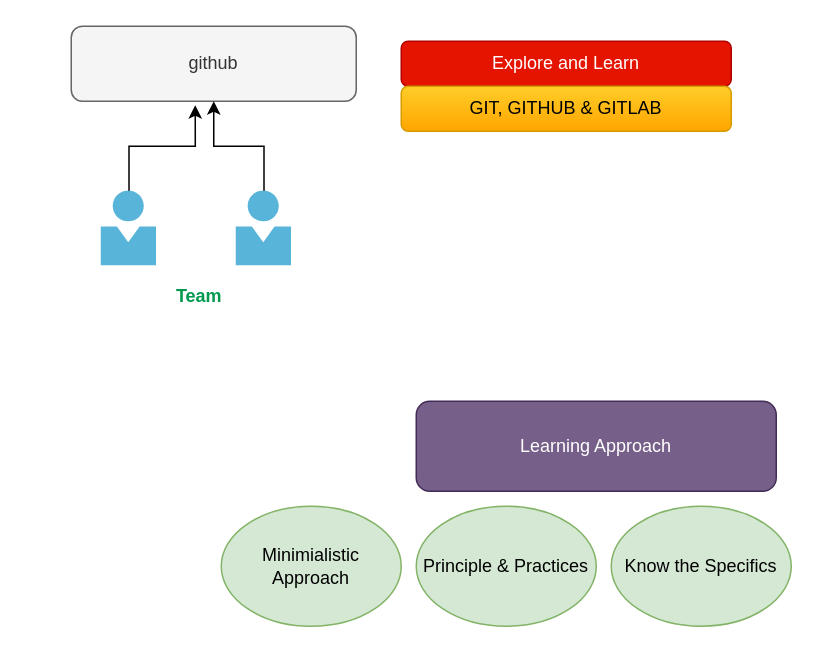
ujjawal09/spring-github keeps this draw.io diagram as page "Learning Methodology" (2 of 3) of getting started.drawio. Above is the earlier version. Source tidied: cells renumbered, new cells numbered last; positions are measured from the earlier drawing's top-left corner, leaving out a move shared by most shapes. Both pictures are drawn from the tidied source at 150%, with x=0, y=0 at pixel (70, 26).
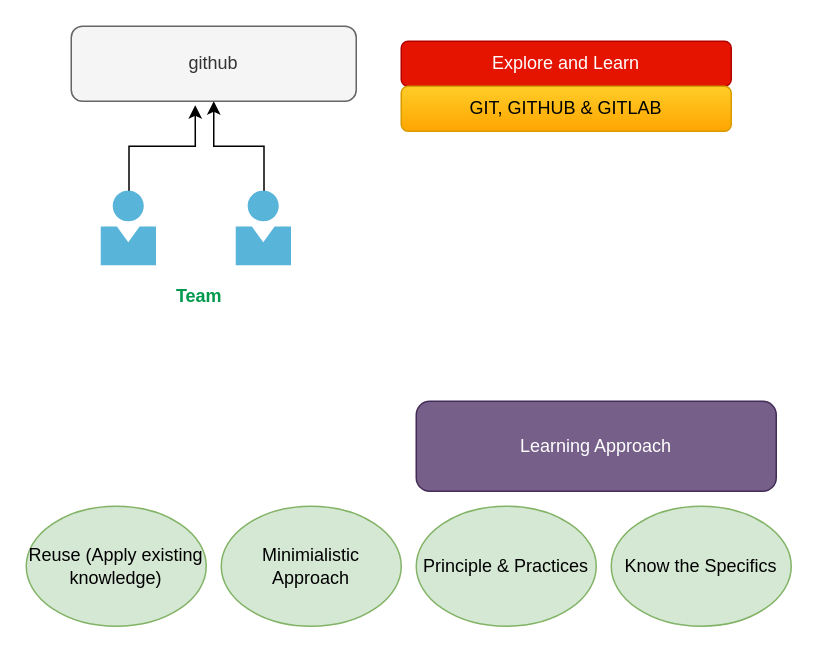
The same diagram, later.

Diff of the diagram source:
```diff
@@
 <mxGraphModel>
   <root>
     <mxCell id="0" />
     <mxCell id="1" parent="0" />
     <mxCell id="2" value="github" style="rounded=1;whiteSpace=wrap;html=1;fillColor=#f5f5f5;strokeColor=#666666;fontColor=#333333;" parent="1" vertex="1">
       <mxGeometry width="190" height="50" as="geometry" />
     </mxCell>
     <mxCell id="3" value="Team" style="text;html=1;align=center;verticalAlign=middle;fontStyle=1;fontColor=#00994D;" parent="1" vertex="1">
       <mxGeometry x="60" y="170" width="50" height="20" as="geometry" />
     </mxCell>
     <mxCell id="4" style="edgeStyle=orthogonalEdgeStyle;rounded=0;jettySize=auto;html=1;entryX=0.435;entryY=1.053;entryDx=0;entryDy=0;entryPerimeter=0;" parent="1" edge="1" source="5" target="2">
       <mxGeometry relative="1" as="geometry" />
     </mxCell>
     <mxCell id="5" style="html=1;points=[];align=center;image;fontSize=12;image=img/lib/mscae/Person.svg;" parent="1" vertex="1">
       <mxGeometry x="20" y="110" width="37" height="50" as="geometry" />
     </mxCell>
     <mxCell id="6" style="edgeStyle=orthogonalEdgeStyle;rounded=0;jettySize=auto;html=1;entryX=0.5;entryY=1;entryDx=0;entryDy=0;" parent="1" edge="1" source="7" target="2">
       <mxGeometry relative="1" as="geometry" />
     </mxCell>
     <mxCell id="7" style="html=1;points=[];align=center;image;fontSize=12;image=img/lib/mscae/Person.svg;" parent="1" vertex="1">
       <mxGeometry x="110" y="110" width="37" height="50" as="geometry" />
     </mxCell>
     <mxCell id="8" value="Explore and Learn" style="rounded=1;whiteSpace=wrap;html=1;fillColor=#e51400;strokeColor=#B20000;fontColor=#ffffff;" parent="1" vertex="1">
       <mxGeometry x="220" y="10" width="220" height="30" as="geometry" />
     </mxCell>
     <mxCell id="9" value="GIT, GITHUB &amp;amp; GITLAB" style="rounded=1;whiteSpace=wrap;html=1;fillColor=#ffcd28;strokeColor=#d79b00;gradientColor=#ffa500;" parent="1" vertex="1">
       <mxGeometry x="220" y="40" width="220" height="30" as="geometry" />
     </mxCell>
     <mxCell id="10" value="Learning Approach" style="rounded=1;whiteSpace=wrap;html=1;fillColor=#76608a;strokeColor=#432D57;fontColor=#ffffff;" parent="1" vertex="1">
       <mxGeometry x="230" y="250" width="240" height="60" as="geometry" />
     </mxCell>
     <mxCell id="11" value="Minimialistic Approach" style="ellipse;whiteSpace=wrap;html=1;fillColor=#d5e8d4;strokeColor=#82b366;" parent="1" vertex="1">
       <mxGeometry x="100" y="320" width="120" height="80" as="geometry" />
     </mxCell>
     <mxCell id="12" value="Principle &amp;amp; Practices" style="ellipse;whiteSpace=wrap;html=1;fillColor=#d5e8d4;strokeColor=#82b366;" parent="1" vertex="1">
       <mxGeometry x="230" y="320" width="120" height="80" as="geometry" />
     </mxCell>
     <mxCell id="13" value="Know the Specifics" style="ellipse;whiteSpace=wrap;html=1;fillColor=#d5e8d4;strokeColor=#82b366;" parent="1" vertex="1">
       <mxGeometry x="360" y="320" width="120" height="80" as="geometry" />
     </mxCell>
+    <mxCell id="14" value="Reuse (Apply existing knowledge)" style="ellipse;whiteSpace=wrap;html=1;fillColor=#d5e8d4;strokeColor=#82b366;" parent="1" vertex="1">
+      <mxGeometry x="-30" y="320" width="120" height="80" as="geometry" />
+    </mxCell>
   </root>
 </mxGraphModel>
```
